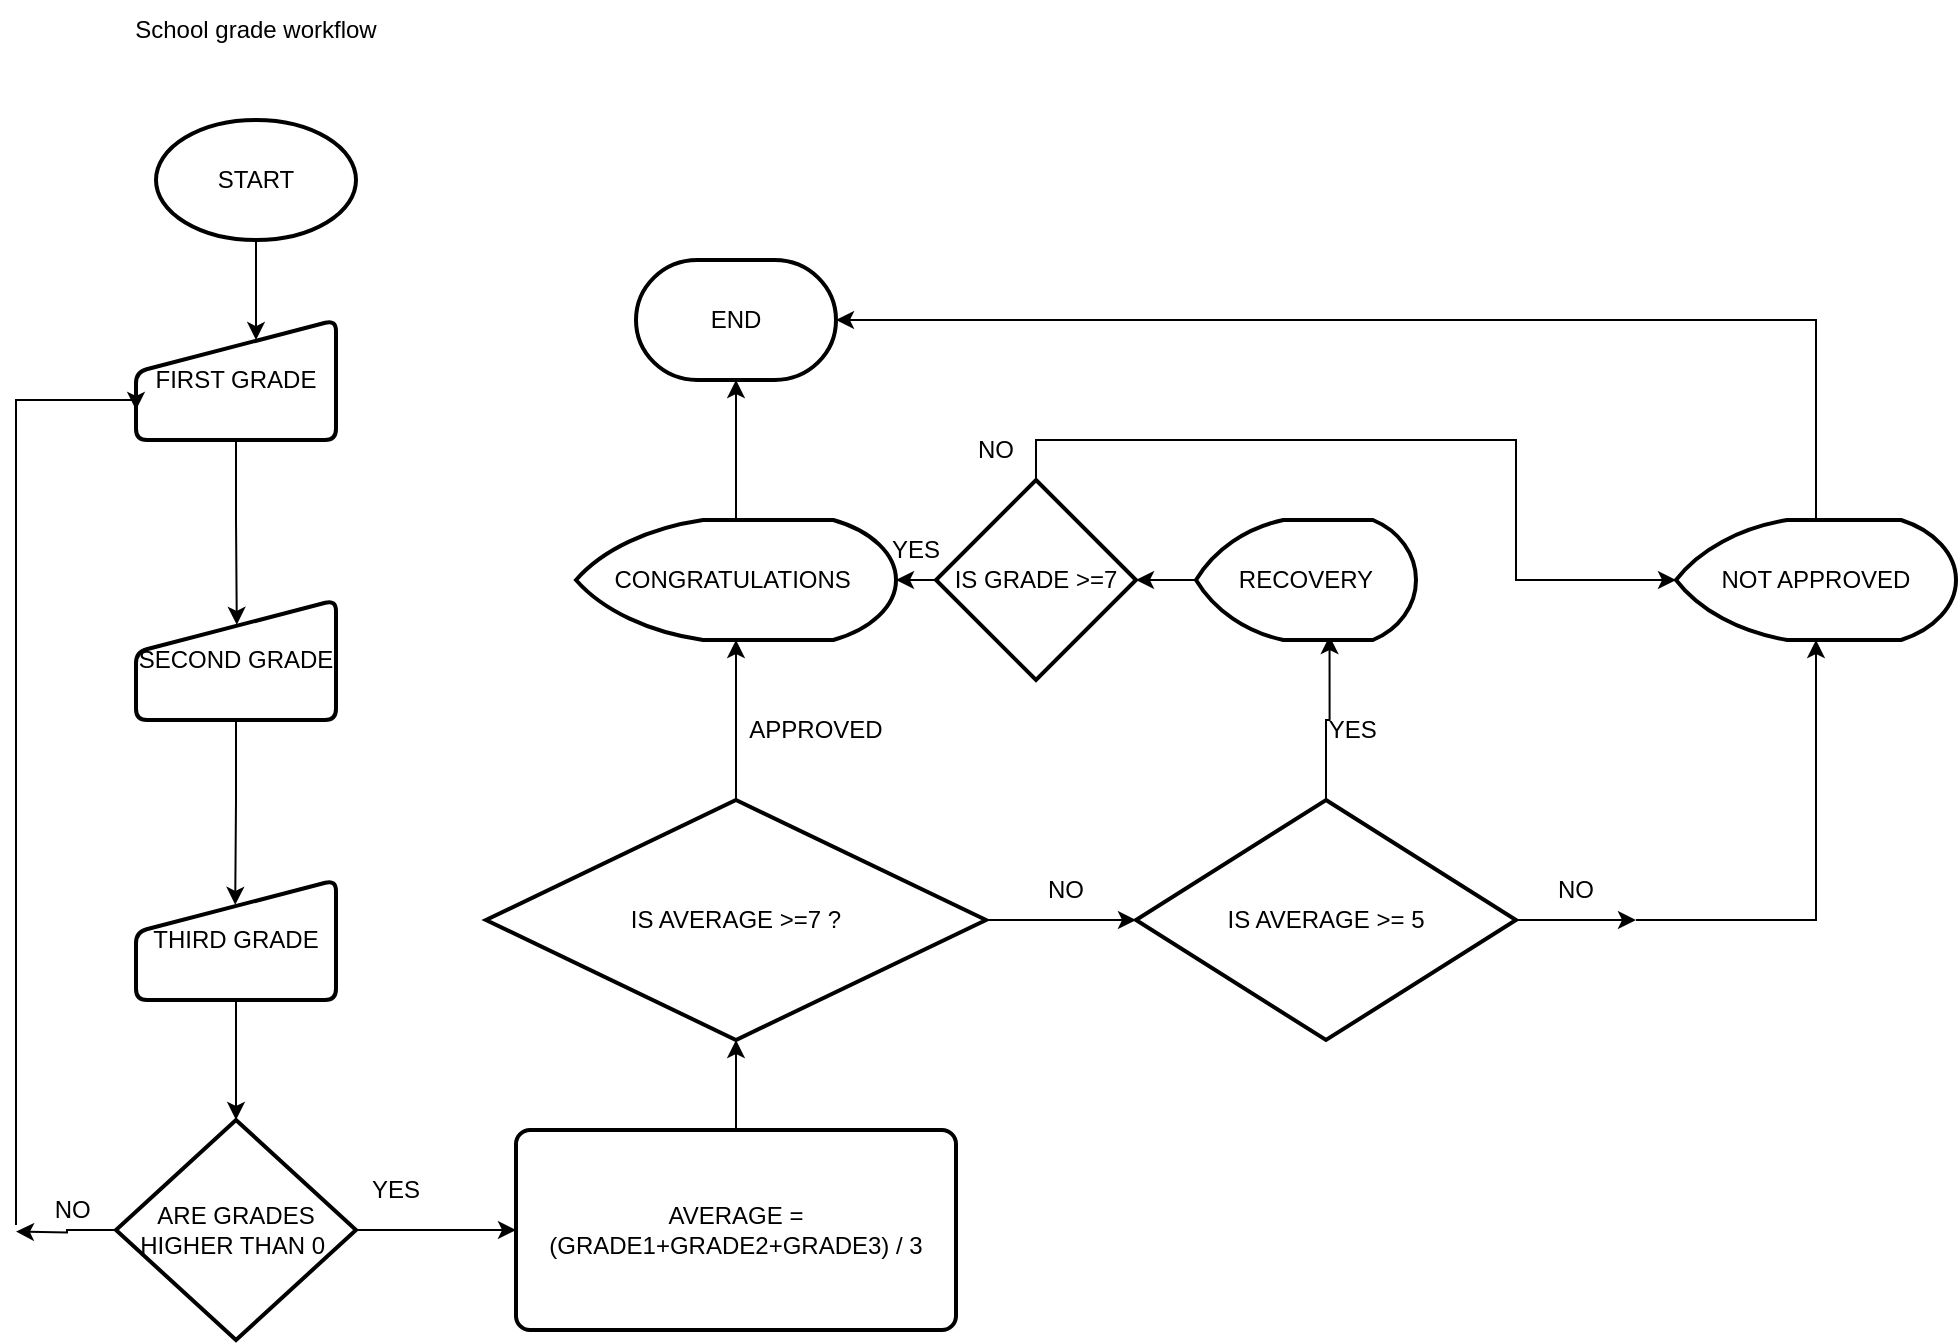
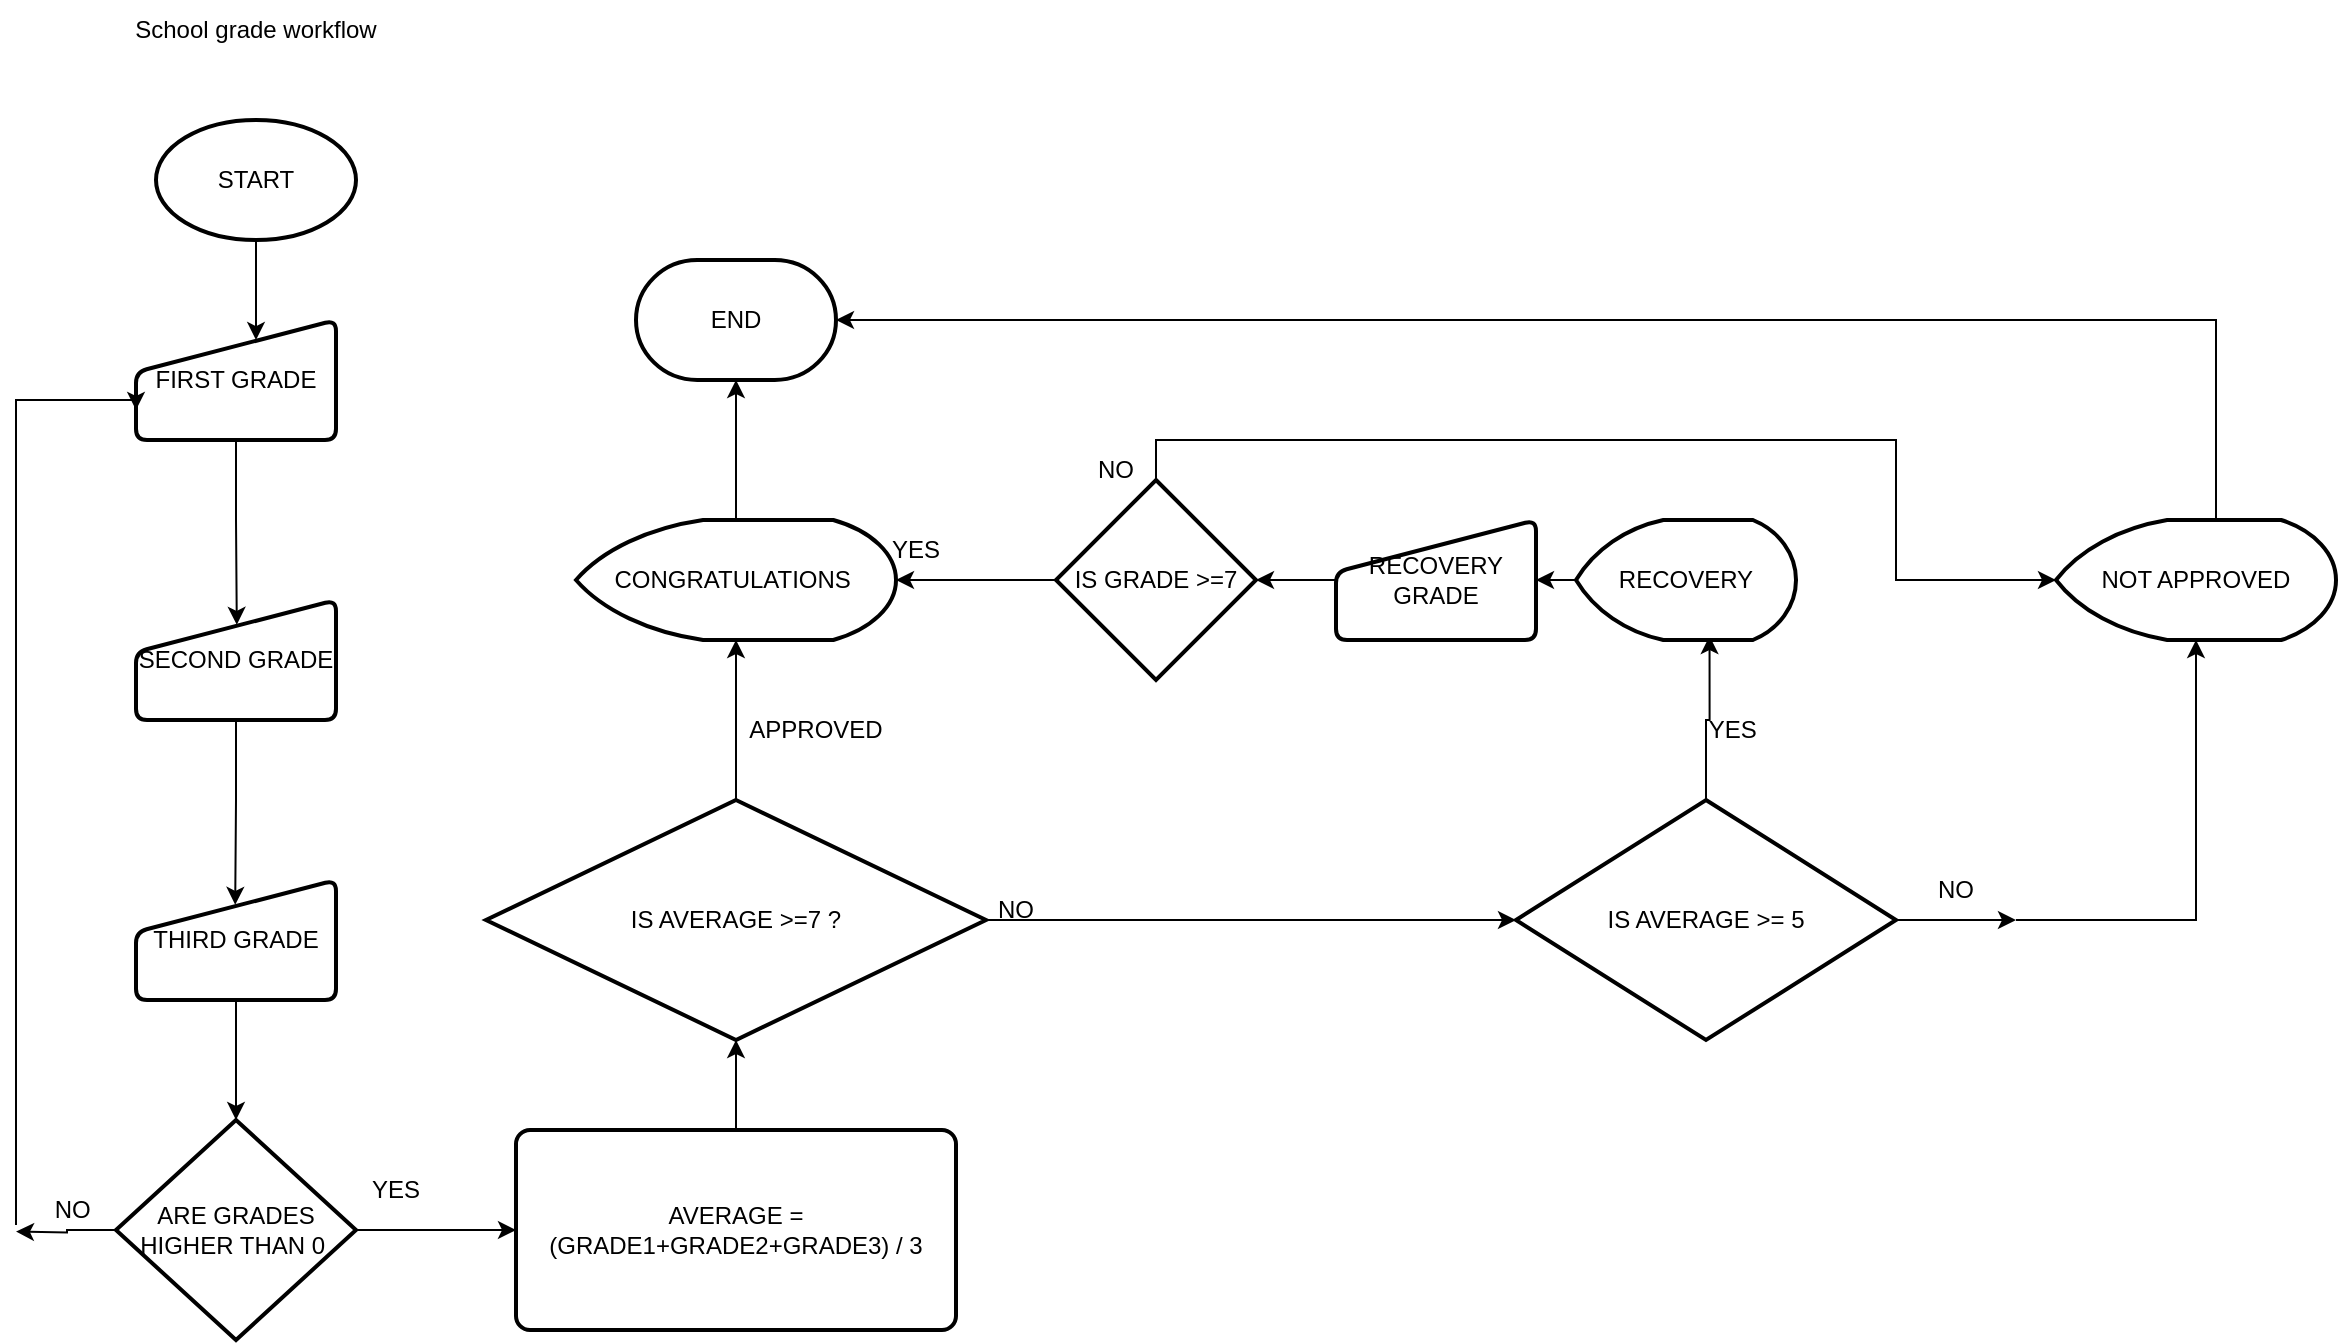
<mxfile host="app.diagrams.net">
  <diagram name="Página-1" id="xWi4n13tX39klzbcD-NV">
-     <mxGraphModel dx="1022" dy="564" grid="1" gridSize="10" guides="1" tooltips="1" connect="1" arrows="1" fold="1" page="1" pageScale="1" pageWidth="827" pageHeight="1169" math="0" shadow="0">
+     <mxGraphModel dx="1278" dy="705" grid="1" gridSize="10" guides="1" tooltips="1" connect="1" arrows="1" fold="1" page="1" pageScale="1" pageWidth="827" pageHeight="1169" math="0" shadow="0">
      <root>
        <mxCell id="0" />
        <mxCell id="1" parent="0" />
        <mxCell id="LTdLBj-WmZ3_lSPqeDX7-1" parent="1" style="strokeWidth=2;html=1;shape=mxgraph.flowchart.terminator;whiteSpace=wrap;" value="END" vertex="1">
          <mxGeometry height="60" width="100" x="320" y="130" as="geometry" />
        </mxCell>
        <mxCell id="LTdLBj-WmZ3_lSPqeDX7-9" edge="1" parent="1" source="LTdLBj-WmZ3_lSPqeDX7-2" style="edgeStyle=orthogonalEdgeStyle;rounded=0;orthogonalLoop=1;jettySize=auto;html=1;exitX=0.5;exitY=1;exitDx=0;exitDy=0;exitPerimeter=0;entryX=0.6;entryY=0.167;entryDx=0;entryDy=0;entryPerimeter=0;" target="LTdLBj-WmZ3_lSPqeDX7-4">
          <mxGeometry relative="1" as="geometry">
            <mxPoint x="130" y="150" as="targetPoint" />
          </mxGeometry>
        </mxCell>
        <mxCell id="LTdLBj-WmZ3_lSPqeDX7-2" parent="1" style="strokeWidth=2;html=1;shape=mxgraph.flowchart.start_1;whiteSpace=wrap;" value="START" vertex="1">
          <mxGeometry height="60" width="100" x="80" y="60" as="geometry" />
        </mxCell>
        <mxCell id="LTdLBj-WmZ3_lSPqeDX7-3" parent="1" style="text;html=1;whiteSpace=wrap;strokeColor=none;fillColor=none;align=center;verticalAlign=middle;rounded=0;" value="School grade workflow" vertex="1">
          <mxGeometry height="30" width="150" x="55" as="geometry" />
        </mxCell>
        <mxCell id="LTdLBj-WmZ3_lSPqeDX7-6" edge="1" parent="1" source="LTdLBj-WmZ3_lSPqeDX7-4" style="edgeStyle=orthogonalEdgeStyle;rounded=0;orthogonalLoop=1;jettySize=auto;html=1;entryX=0.504;entryY=0.207;entryDx=0;entryDy=0;entryPerimeter=0;" target="LTdLBj-WmZ3_lSPqeDX7-5" value="">
          <mxGeometry relative="1" as="geometry" />
        </mxCell>
        <mxCell id="LTdLBj-WmZ3_lSPqeDX7-4" parent="1" style="html=1;strokeWidth=2;shape=manualInput;boundedLbl=1;whiteSpace=wrap;rounded=1;size=26;arcSize=11;" value="FIRST GRADE" vertex="1">
          <mxGeometry height="60" width="100" x="70" y="160" as="geometry" />
        </mxCell>
        <mxCell id="LTdLBj-WmZ3_lSPqeDX7-8" edge="1" parent="1" source="LTdLBj-WmZ3_lSPqeDX7-5" style="edgeStyle=orthogonalEdgeStyle;rounded=0;orthogonalLoop=1;jettySize=auto;html=1;entryX=0.496;entryY=0.207;entryDx=0;entryDy=0;entryPerimeter=0;" target="LTdLBj-WmZ3_lSPqeDX7-7" value="">
          <mxGeometry relative="1" as="geometry" />
        </mxCell>
        <mxCell id="LTdLBj-WmZ3_lSPqeDX7-5" parent="1" style="html=1;strokeWidth=2;shape=manualInput;boundedLbl=1;whiteSpace=wrap;rounded=1;size=26;arcSize=11;" value="SECOND GRADE" vertex="1">
          <mxGeometry height="60" width="100" x="70" y="300" as="geometry" />
        </mxCell>
        <mxCell id="LTdLBj-WmZ3_lSPqeDX7-13" edge="1" parent="1" source="LTdLBj-WmZ3_lSPqeDX7-7" style="edgeStyle=orthogonalEdgeStyle;rounded=0;orthogonalLoop=1;jettySize=auto;html=1;entryX=0.5;entryY=0;entryDx=0;entryDy=0;entryPerimeter=0;" target="LTdLBj-WmZ3_lSPqeDX7-12">
          <mxGeometry relative="1" as="geometry">
            <mxPoint x="120" y="550" as="targetPoint" />
          </mxGeometry>
        </mxCell>
        <mxCell id="LTdLBj-WmZ3_lSPqeDX7-7" parent="1" style="html=1;strokeWidth=2;shape=manualInput;boundedLbl=1;whiteSpace=wrap;rounded=1;size=26;arcSize=11;" value="THIRD GRADE" vertex="1">
          <mxGeometry height="60" width="100" x="70" y="440" as="geometry" />
        </mxCell>
        <mxCell id="LTdLBj-WmZ3_lSPqeDX7-32" edge="1" parent="1" source="LTdLBj-WmZ3_lSPqeDX7-10" style="edgeStyle=orthogonalEdgeStyle;rounded=0;orthogonalLoop=1;jettySize=auto;html=1;entryX=0.5;entryY=1;entryDx=0;entryDy=0;entryPerimeter=0;" target="LTdLBj-WmZ3_lSPqeDX7-11">
          <mxGeometry relative="1" as="geometry">
            <mxPoint x="370" y="530" as="targetPoint" />
          </mxGeometry>
        </mxCell>
        <mxCell id="LTdLBj-WmZ3_lSPqeDX7-10" parent="1" style="rounded=1;whiteSpace=wrap;html=1;absoluteArcSize=1;arcSize=14;strokeWidth=2;" value="AVERAGE = (GRADE1+GRADE2+GRADE3) / 3" vertex="1">
          <mxGeometry height="100" width="220" x="260" y="565" as="geometry" />
        </mxCell>
        <mxCell id="LTdLBj-WmZ3_lSPqeDX7-27" edge="1" parent="1" source="LTdLBj-WmZ3_lSPqeDX7-11" style="edgeStyle=orthogonalEdgeStyle;rounded=0;orthogonalLoop=1;jettySize=auto;html=1;exitX=0.5;exitY=0;exitDx=0;exitDy=0;exitPerimeter=0;entryX=0.5;entryY=1;entryDx=0;entryDy=0;entryPerimeter=0;" target="LTdLBj-WmZ3_lSPqeDX7-29">
          <mxGeometry relative="1" as="geometry">
            <mxPoint x="360" y="340" as="targetPoint" />
          </mxGeometry>
        </mxCell>
-         <mxCell id="LTdLBj-WmZ3_lSPqeDX7-34" edge="1" parent="1" source="LTdLBj-WmZ3_lSPqeDX7-11" style="edgeStyle=orthogonalEdgeStyle;rounded=0;orthogonalLoop=1;jettySize=auto;html=1;">
-           <mxGeometry relative="1" as="geometry">
-             <mxPoint x="570" y="460" as="targetPoint" />
-           </mxGeometry>
-         </mxCell>
        <mxCell id="LTdLBj-WmZ3_lSPqeDX7-11" parent="1" style="strokeWidth=2;html=1;shape=mxgraph.flowchart.decision;whiteSpace=wrap;" value="IS AVERAGE &amp;gt;=7 ?" vertex="1">
          <mxGeometry height="120" width="250" x="245" y="400" as="geometry" />
        </mxCell>
        <mxCell id="LTdLBj-WmZ3_lSPqeDX7-14" edge="1" parent="1" source="LTdLBj-WmZ3_lSPqeDX7-12" style="edgeStyle=orthogonalEdgeStyle;rounded=0;orthogonalLoop=1;jettySize=auto;html=1;">
          <mxGeometry relative="1" as="geometry">
            <mxPoint x="10" y="615.7999877929688" as="targetPoint" />
          </mxGeometry>
        </mxCell>
        <mxCell id="LTdLBj-WmZ3_lSPqeDX7-20" edge="1" parent="1" source="LTdLBj-WmZ3_lSPqeDX7-12" style="edgeStyle=orthogonalEdgeStyle;rounded=0;orthogonalLoop=1;jettySize=auto;html=1;entryX=0;entryY=0.5;entryDx=0;entryDy=0;" target="LTdLBj-WmZ3_lSPqeDX7-10">
          <mxGeometry relative="1" as="geometry">
            <mxPoint x="250" y="615" as="targetPoint" />
          </mxGeometry>
        </mxCell>
        <mxCell id="LTdLBj-WmZ3_lSPqeDX7-12" parent="1" style="strokeWidth=2;html=1;shape=mxgraph.flowchart.decision;whiteSpace=wrap;" value="ARE GRADES HIGHER THAN 0&amp;nbsp;" vertex="1">
          <mxGeometry height="110" width="120" x="60" y="560" as="geometry" />
        </mxCell>
        <mxCell id="LTdLBj-WmZ3_lSPqeDX7-24" edge="1" parent="1" source="LTdLBj-WmZ3_lSPqeDX7-15" style="edgeStyle=orthogonalEdgeStyle;rounded=0;orthogonalLoop=1;jettySize=auto;html=1;exitX=0;exitY=0.75;exitDx=0;exitDy=0;entryX=0;entryY=0.75;entryDx=0;entryDy=0;" target="LTdLBj-WmZ3_lSPqeDX7-4">
          <mxGeometry relative="1" as="geometry">
            <Array as="points">
              <mxPoint x="10" y="200" />
              <mxPoint x="70" y="200" />
            </Array>
            <mxPoint x="20" y="200" as="targetPoint" />
          </mxGeometry>
        </mxCell>
        <mxCell id="LTdLBj-WmZ3_lSPqeDX7-15" parent="1" style="text;html=1;whiteSpace=wrap;strokeColor=none;fillColor=none;align=center;verticalAlign=middle;rounded=0;" value="NO&amp;nbsp;" vertex="1">
          <mxGeometry height="30" width="60" x="10" y="590" as="geometry" />
        </mxCell>
        <mxCell id="LTdLBj-WmZ3_lSPqeDX7-21" parent="1" style="text;html=1;whiteSpace=wrap;strokeColor=none;fillColor=none;align=center;verticalAlign=middle;rounded=0;" value="YES" vertex="1">
          <mxGeometry height="30" width="60" x="170" y="580" as="geometry" />
        </mxCell>
        <mxCell id="LTdLBj-WmZ3_lSPqeDX7-28" parent="1" style="text;html=1;whiteSpace=wrap;strokeColor=none;fillColor=none;align=center;verticalAlign=middle;rounded=0;" value="APPROVED" vertex="1">
          <mxGeometry height="30" width="60" x="380" y="350" as="geometry" />
        </mxCell>
        <mxCell id="LTdLBj-WmZ3_lSPqeDX7-30" edge="1" parent="1" source="LTdLBj-WmZ3_lSPqeDX7-29" style="edgeStyle=orthogonalEdgeStyle;rounded=0;orthogonalLoop=1;jettySize=auto;html=1;" target="LTdLBj-WmZ3_lSPqeDX7-1">
          <mxGeometry relative="1" as="geometry" />
        </mxCell>
        <mxCell id="LTdLBj-WmZ3_lSPqeDX7-29" parent="1" style="strokeWidth=2;html=1;shape=mxgraph.flowchart.display;whiteSpace=wrap;" value="CONGRATULATIONS&amp;nbsp;" vertex="1">
          <mxGeometry height="60" width="160" x="290" y="260" as="geometry" />
        </mxCell>
-         <mxCell id="LTdLBj-WmZ3_lSPqeDX7-35" parent="1" style="text;html=1;whiteSpace=wrap;strokeColor=none;fillColor=none;align=center;verticalAlign=middle;rounded=0;" value="NO" vertex="1">
-           <mxGeometry height="30" width="90" x="490" y="430" as="geometry" />
-         </mxCell>
        <mxCell id="LTdLBj-WmZ3_lSPqeDX7-44" edge="1" parent="1" source="LTdLBj-WmZ3_lSPqeDX7-38" style="edgeStyle=orthogonalEdgeStyle;rounded=0;orthogonalLoop=1;jettySize=auto;html=1;entryX=1;entryY=0.5;entryDx=0;entryDy=0;entryPerimeter=0;" target="LTdLBj-WmZ3_lSPqeDX7-1">
          <mxGeometry relative="1" as="geometry">
            <Array as="points">
-               <mxPoint x="910" y="160" />
+               <mxPoint x="1110" y="160" />
            </Array>
            <mxPoint x="820" y="160" as="targetPoint" />
          </mxGeometry>
        </mxCell>
        <mxCell id="LTdLBj-WmZ3_lSPqeDX7-38" parent="1" style="strokeWidth=2;html=1;shape=mxgraph.flowchart.display;whiteSpace=wrap;" value="NOT APPROVED" vertex="1">
-           <mxGeometry height="60" width="140" x="840" y="260" as="geometry" />
+           <mxGeometry height="60" width="140" x="1030" y="260" as="geometry" />
        </mxCell>
        <mxCell id="LTdLBj-WmZ3_lSPqeDX7-40" edge="1" parent="1" source="LTdLBj-WmZ3_lSPqeDX7-39" style="edgeStyle=orthogonalEdgeStyle;rounded=0;orthogonalLoop=1;jettySize=auto;html=1;">
          <mxGeometry relative="1" as="geometry">
-             <mxPoint x="820" y="460" as="targetPoint" />
+             <mxPoint x="1010" y="460" as="targetPoint" />
          </mxGeometry>
        </mxCell>
        <mxCell id="LTdLBj-WmZ3_lSPqeDX7-47" edge="1" parent="1" source="LTdLBj-WmZ3_lSPqeDX7-39" style="edgeStyle=orthogonalEdgeStyle;rounded=0;orthogonalLoop=1;jettySize=auto;html=1;exitX=0.5;exitY=0;exitDx=0;exitDy=0;exitPerimeter=0;entryX=0.607;entryY=0.967;entryDx=0;entryDy=0;entryPerimeter=0;" target="LTdLBj-WmZ3_lSPqeDX7-48">
          <mxGeometry relative="1" as="geometry">
-             <mxPoint x="665" y="330" as="targetPoint" />
+             <mxPoint x="855" y="330" as="targetPoint" />
          </mxGeometry>
        </mxCell>
        <mxCell id="LTdLBj-WmZ3_lSPqeDX7-39" parent="1" style="strokeWidth=2;html=1;shape=mxgraph.flowchart.decision;whiteSpace=wrap;" value="IS AVERAGE &amp;gt;= 5" vertex="1">
-           <mxGeometry height="120" width="190" x="570" y="400" as="geometry" />
+           <mxGeometry height="120" width="190" x="760" y="400" as="geometry" />
        </mxCell>
        <mxCell id="LTdLBj-WmZ3_lSPqeDX7-41" parent="1" style="text;html=1;whiteSpace=wrap;strokeColor=none;fillColor=none;align=center;verticalAlign=middle;rounded=0;" value="NO" vertex="1">
-           <mxGeometry height="30" width="60" x="760" y="430" as="geometry" />
+           <mxGeometry height="30" width="60" x="950" y="430" as="geometry" />
        </mxCell>
        <mxCell id="LTdLBj-WmZ3_lSPqeDX7-43" edge="1" parent="1" source="LTdLBj-WmZ3_lSPqeDX7-41" style="edgeStyle=orthogonalEdgeStyle;rounded=0;orthogonalLoop=1;jettySize=auto;html=1;exitX=1;exitY=1;exitDx=0;exitDy=0;entryX=0.5;entryY=1;entryDx=0;entryDy=0;entryPerimeter=0;" target="LTdLBj-WmZ3_lSPqeDX7-38">
          <mxGeometry relative="1" as="geometry">
            <Array as="points">
-               <mxPoint x="910" y="460" />
+               <mxPoint x="1100" y="460" />
            </Array>
          </mxGeometry>
        </mxCell>
        <mxCell id="LTdLBj-WmZ3_lSPqeDX7-46" parent="1" style="text;html=1;whiteSpace=wrap;strokeColor=none;fillColor=none;align=center;verticalAlign=middle;rounded=0;" value="YES&amp;nbsp;" vertex="1">
-           <mxGeometry height="30" width="60" x="650" y="350" as="geometry" />
+           <mxGeometry height="30" width="60" x="840" y="350" as="geometry" />
+         </mxCell>
+         <mxCell id="dcrQvub_ry80S81WirNS-4" edge="1" parent="1" source="LTdLBj-WmZ3_lSPqeDX7-48" style="edgeStyle=orthogonalEdgeStyle;rounded=0;orthogonalLoop=1;jettySize=auto;html=1;exitX=0;exitY=0.5;exitDx=0;exitDy=0;exitPerimeter=0;entryX=1;entryY=0.5;entryDx=0;entryDy=0;" target="dcrQvub_ry80S81WirNS-3">
+           <mxGeometry relative="1" as="geometry" />
        </mxCell>
        <mxCell id="LTdLBj-WmZ3_lSPqeDX7-48" parent="1" style="strokeWidth=2;html=1;shape=mxgraph.flowchart.display;whiteSpace=wrap;" value="RECOVERY" vertex="1">
-           <mxGeometry height="60" width="110" x="600" y="260" as="geometry" />
+           <mxGeometry height="60" width="110" x="790" y="260" as="geometry" />
        </mxCell>
        <mxCell id="LTdLBj-WmZ3_lSPqeDX7-53" edge="1" parent="1" source="LTdLBj-WmZ3_lSPqeDX7-49" style="edgeStyle=orthogonalEdgeStyle;rounded=0;orthogonalLoop=1;jettySize=auto;html=1;exitX=0.5;exitY=0;exitDx=0;exitDy=0;exitPerimeter=0;entryX=0;entryY=0.5;entryDx=0;entryDy=0;entryPerimeter=0;" target="LTdLBj-WmZ3_lSPqeDX7-38">
          <mxGeometry relative="1" as="geometry">
            <Array as="points">
-               <mxPoint x="520" y="220" />
-               <mxPoint x="760" y="220" />
-               <mxPoint x="760" y="290" />
+               <mxPoint x="580" y="220" />
+               <mxPoint x="950" y="220" />
+               <mxPoint x="950" y="290" />
            </Array>
-             <mxPoint x="520" y="200" as="targetPoint" />
+             <mxPoint x="710" y="200" as="targetPoint" />
          </mxGeometry>
        </mxCell>
        <mxCell id="LTdLBj-WmZ3_lSPqeDX7-49" parent="1" style="strokeWidth=2;html=1;shape=mxgraph.flowchart.decision;whiteSpace=wrap;" value="IS GRADE &amp;gt;=7" vertex="1">
-           <mxGeometry height="100" width="100" x="470" y="240" as="geometry" />
-         </mxCell>
-         <mxCell id="LTdLBj-WmZ3_lSPqeDX7-50" edge="1" parent="1" source="LTdLBj-WmZ3_lSPqeDX7-48" style="edgeStyle=orthogonalEdgeStyle;rounded=0;orthogonalLoop=1;jettySize=auto;html=1;entryX=1;entryY=0.5;entryDx=0;entryDy=0;entryPerimeter=0;" target="LTdLBj-WmZ3_lSPqeDX7-49">
-           <mxGeometry relative="1" as="geometry" />
+           <mxGeometry height="100" width="100" x="530" y="240" as="geometry" />
        </mxCell>
        <mxCell id="LTdLBj-WmZ3_lSPqeDX7-51" edge="1" parent="1" source="LTdLBj-WmZ3_lSPqeDX7-49" style="edgeStyle=orthogonalEdgeStyle;rounded=0;orthogonalLoop=1;jettySize=auto;html=1;exitX=0;exitY=0.5;exitDx=0;exitDy=0;exitPerimeter=0;entryX=1;entryY=0.5;entryDx=0;entryDy=0;entryPerimeter=0;" target="LTdLBj-WmZ3_lSPqeDX7-29">
          <mxGeometry relative="1" as="geometry" />
        </mxCell>
        <mxCell id="LTdLBj-WmZ3_lSPqeDX7-52" parent="1" style="text;html=1;whiteSpace=wrap;strokeColor=none;fillColor=none;align=center;verticalAlign=middle;rounded=0;" value="YES" vertex="1">
          <mxGeometry height="30" width="60" x="430" y="260" as="geometry" />
        </mxCell>
-         <mxCell id="LTdLBj-WmZ3_lSPqeDX7-54" parent="1" style="text;html=1;whiteSpace=wrap;strokeColor=none;fillColor=none;align=center;verticalAlign=middle;rounded=0;" value="NO" vertex="1">
-           <mxGeometry height="30" width="60" x="470" y="210" as="geometry" />
+         <mxCell id="dcrQvub_ry80S81WirNS-2" parent="1" style="text;html=1;whiteSpace=wrap;strokeColor=none;fillColor=none;align=center;verticalAlign=middle;rounded=0;" value="NO" vertex="1">
+           <mxGeometry height="30" width="60" x="530" y="220" as="geometry" />
+         </mxCell>
+         <mxCell id="dcrQvub_ry80S81WirNS-3" parent="1" style="html=1;strokeWidth=2;shape=manualInput;boundedLbl=1;whiteSpace=wrap;rounded=1;size=26;arcSize=11;" value="RECOVERY GRADE" vertex="1">
+           <mxGeometry height="60" width="100" x="670" y="260" as="geometry" />
+         </mxCell>
+         <mxCell id="dcrQvub_ry80S81WirNS-5" edge="1" parent="1" source="dcrQvub_ry80S81WirNS-3" style="edgeStyle=orthogonalEdgeStyle;rounded=0;orthogonalLoop=1;jettySize=auto;html=1;exitX=0;exitY=0.5;exitDx=0;exitDy=0;entryX=1;entryY=0.5;entryDx=0;entryDy=0;entryPerimeter=0;" target="LTdLBj-WmZ3_lSPqeDX7-49">
+           <mxGeometry relative="1" as="geometry" />
+         </mxCell>
+         <mxCell id="dcrQvub_ry80S81WirNS-6" edge="1" parent="1" source="LTdLBj-WmZ3_lSPqeDX7-11" style="edgeStyle=orthogonalEdgeStyle;rounded=0;orthogonalLoop=1;jettySize=auto;html=1;exitX=1;exitY=0.5;exitDx=0;exitDy=0;exitPerimeter=0;entryX=0;entryY=0.5;entryDx=0;entryDy=0;entryPerimeter=0;" target="LTdLBj-WmZ3_lSPqeDX7-39">
+           <mxGeometry relative="1" as="geometry" />
+         </mxCell>
+         <mxCell id="dcrQvub_ry80S81WirNS-7" parent="1" style="text;html=1;whiteSpace=wrap;strokeColor=none;fillColor=none;align=center;verticalAlign=middle;rounded=0;" value="NO" vertex="1">
+           <mxGeometry height="30" width="60" x="480" y="440" as="geometry" />
        </mxCell>
      </root>
    </mxGraphModel>
  </diagram>
</mxfile>
